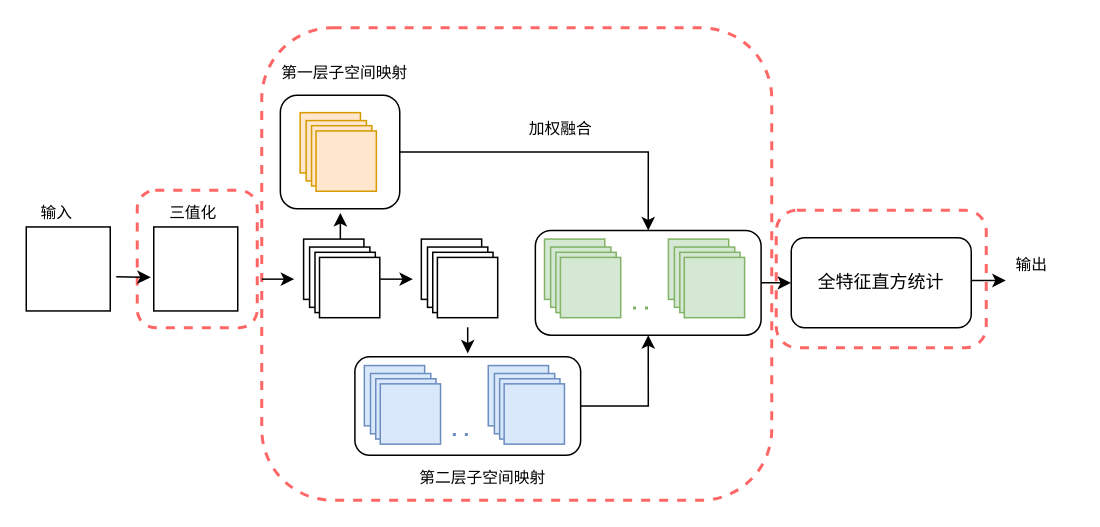
Earlier version of the draw.io diagram 最终PCANet.drawio (Liz606/Liz-todos). Source tidied: cells renumbered, new cells numbered last; positions are measured from the earlier drawing's top-left corner, leaving out a move shared by most shapes. Both pictures are drawn from the tidied source at 150%, with x=0, y=0 at pixel (26, 27).
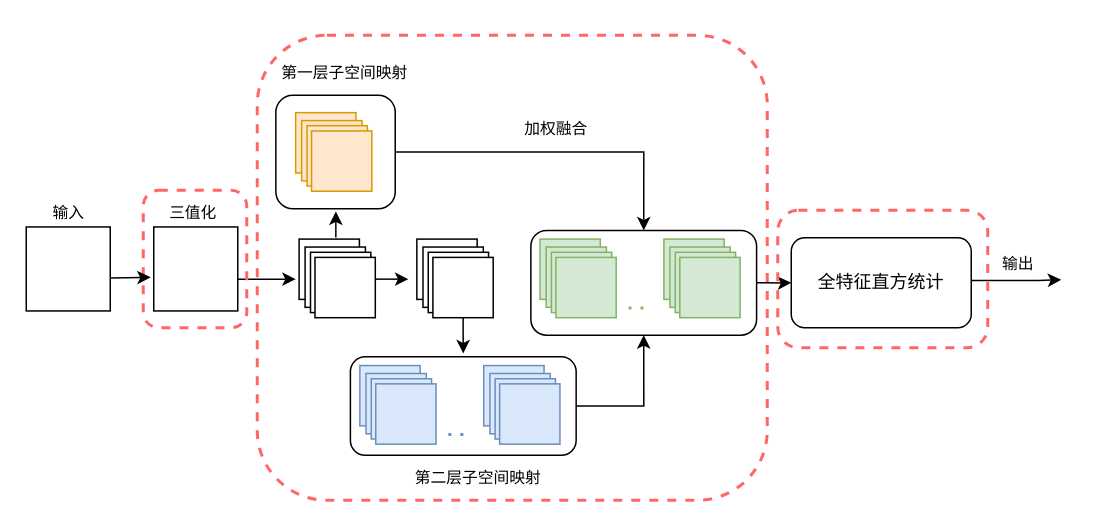
Above is the later version.

Unchanged cells that the change refers to:
```xml
<mxCell id="13" style="whiteSpace=wrap;html=1;" parent="2" vertex="1">
  <mxGeometry x="117.1" y="108.1" width="40.2" height="40.2" as="geometry" />
</mxCell>
<mxCell id="50" style="whiteSpace=wrap;html=1;" parent="1" vertex="1">
  <mxGeometry y="132.8" width="56" height="56" as="geometry" />
</mxCell>
```

Change to the diagram source:
```diff
@@
     <mxCell id="2" style="group;" parent="1" vertex="1">
-      <mxGeometry x="157" y="45" width="343" height="270" as="geometry" />
+      <mxGeometry x="154" y="45" width="343" height="270" as="geometry" />
     </mxCell>
     <mxCell id="3" style="rounded=1;whiteSpace=wrap;html=1;fillColor=none;dashed=1;strokeColor=#FF6666;strokeWidth=2;" parent="2" vertex="1">
-      <mxGeometry y="-45" width="340" height="315" as="geometry" />
+      <mxGeometry y="-40" width="340" height="310" as="geometry" />
     </mxCell>
@@
     <mxCell id="9" style="endArrow=classic;html=1;" parent="2" edge="1">
-      <mxGeometry x="-40.5" as="geometry">
-        <mxPoint x="52.4" y="95.9" as="sourcePoint" />
-        <mxPoint x="52.4" y="78.5" as="targetPoint" />
+      <mxGeometry x="-40.5" y="-1" as="geometry">
+        <mxPoint x="52.4" y="94.9" as="sourcePoint" />
+        <mxPoint x="52.4" y="77.5" as="targetPoint" />
       </mxGeometry>
     </mxCell>
@@
-    <mxCell id="26" style="endArrow=classic;html=1;" parent="2" edge="1">
+    <mxCell id="26" style="endArrow=classic;html=1;" parent="2" edge="1" source="13">
       <mxGeometry x="-40.5" as="geometry">
-        <mxPoint x="137.3" y="154.7" as="sourcePoint" />
         <mxPoint x="137.3" y="172.1" as="targetPoint" />
       </mxGeometry>
     </mxCell>
@@
-    <mxCell id="41" style="endArrow=classic;html=1;" parent="2" edge="1">
-      <mxGeometry x="-40.5" as="geometry">
-        <mxPoint y="122.6" as="sourcePoint" />
-        <mxPoint x="21.7" y="122.6" as="targetPoint" />
+    <mxCell id="41" style="endArrow=classic;html=1;exitX=0.862;exitY=0.647;exitDx=0;exitDy=0;exitPerimeter=0;" parent="2" edge="1">
+      <mxGeometry x="-36.5" as="geometry">
+        <mxPoint x="-13" y="122.7" as="sourcePoint" />
+        <mxPoint x="25.7" y="122.6" as="targetPoint" />
       </mxGeometry>
     </mxCell>
@@
     <mxCell id="45" style="rounded=1;whiteSpace=wrap;html=1;fillColor=none;dashed=1;strokeColor=#FF6666;strokeWidth=2;" parent="1" vertex="1">
-      <mxGeometry x="74" y="108.4" width="80" height="91.6" as="geometry" />
+      <mxGeometry x="78" y="108.4" width="69" height="91.6" as="geometry" />
     </mxCell>
@@
     <mxCell id="49" value="输出" style="text;html=1;align=center;verticalAlign=middle;fontSize=10.5;" parent="1" vertex="1">
-      <mxGeometry x="650" y="148.4" width="40" height="20" as="geometry" />
+      <mxGeometry x="641" y="147.2" width="40" height="20" as="geometry" />
     </mxCell>
@@
     <mxCell id="51" value="输入" style="text;html=1;align=center;verticalAlign=middle;fontSize=10.5;" parent="1" vertex="1">
-      <mxGeometry y="112.8" width="40" height="20" as="geometry" />
+      <mxGeometry x="8" y="112.8" width="40" height="20" as="geometry" />
     </mxCell>
-    <mxCell id="52" style="endArrow=classic;html=1;" parent="1" edge="1">
+    <mxCell id="52" style="endArrow=classic;html=1;exitX=0.997;exitY=0.609;exitDx=0;exitDy=0;exitPerimeter=0;" parent="1" edge="1" source="50">
       <mxGeometry x="37" y="69.4" as="geometry">
-        <mxPoint x="60" y="166" as="sourcePoint" />
         <mxPoint x="83" y="166.4" as="targetPoint" />
       </mxGeometry>
     </mxCell>
@@
     <mxCell id="55" style="edgeStyle=orthogonalEdgeStyle;rounded=0;orthogonalLoop=1;jettySize=auto;html=1;exitX=1;exitY=0.5;exitDx=0;exitDy=0;" parent="1" edge="1">
       <mxGeometry x="277" y="68.4" as="geometry">
         <mxPoint x="630" y="168.5" as="sourcePoint" />
-        <mxPoint x="653" y="168.4" as="targetPoint" />
+        <mxPoint x="690" y="168" as="targetPoint" />
+        <Array as="points">
+          <mxPoint x="675" y="169" />
+          <mxPoint x="720" y="168" />
+        </Array>
       </mxGeometry>
     </mxCell>
     <mxCell id="56" style="rounded=1;whiteSpace=wrap;html=1;fillColor=none;dashed=1;strokeColor=#FF6666;strokeWidth=2;" parent="1" vertex="1">
-      <mxGeometry x="500" y="121.7" width="140" height="91.6" as="geometry" />
+      <mxGeometry x="501" y="121.7" width="140" height="91.6" as="geometry" />
     </mxCell>
```
